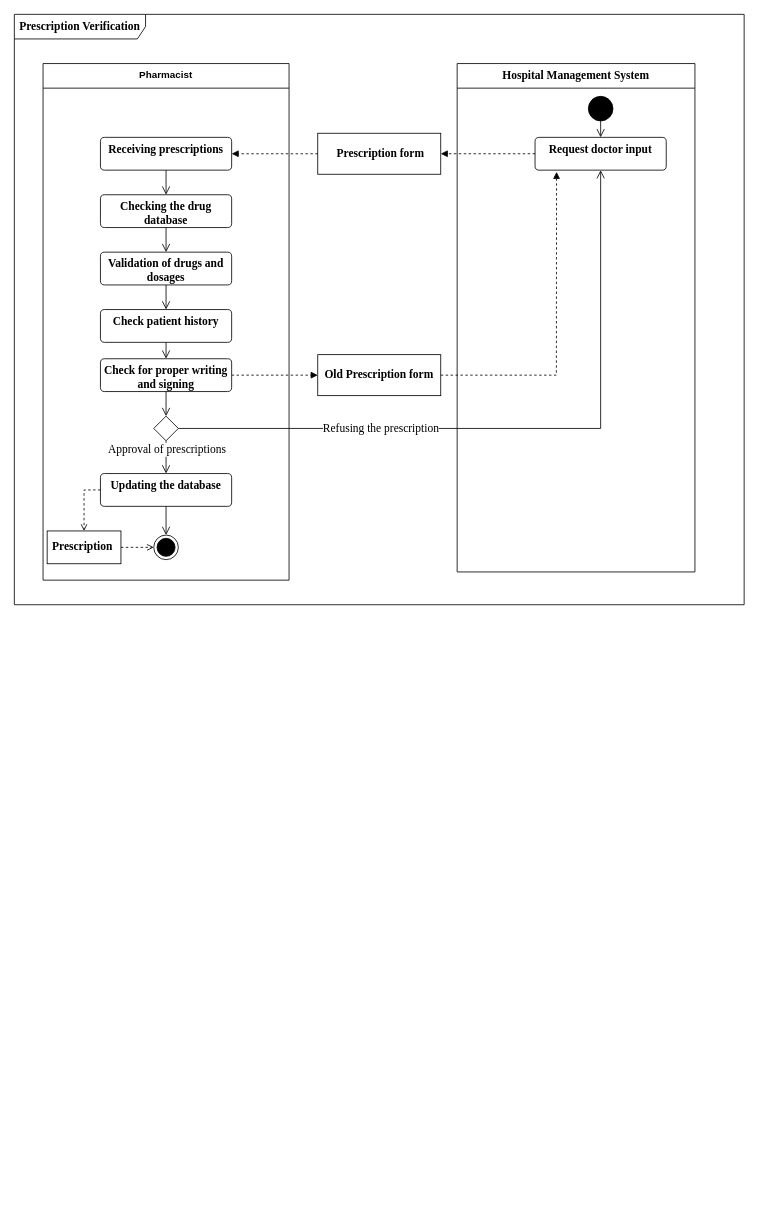
The draw.io diagram Activity Diagram.drawio in FOMOKN/Software-Engineering, before the edit. Source tidied: cells renumbered, new cells numbered last; positions are measured from the earlier drawing's top-left corner, leaving out a move shared by most shapes. Both pictures are drawn from the tidied source at 82%, with x=0, y=0 at pixel (14, 14).
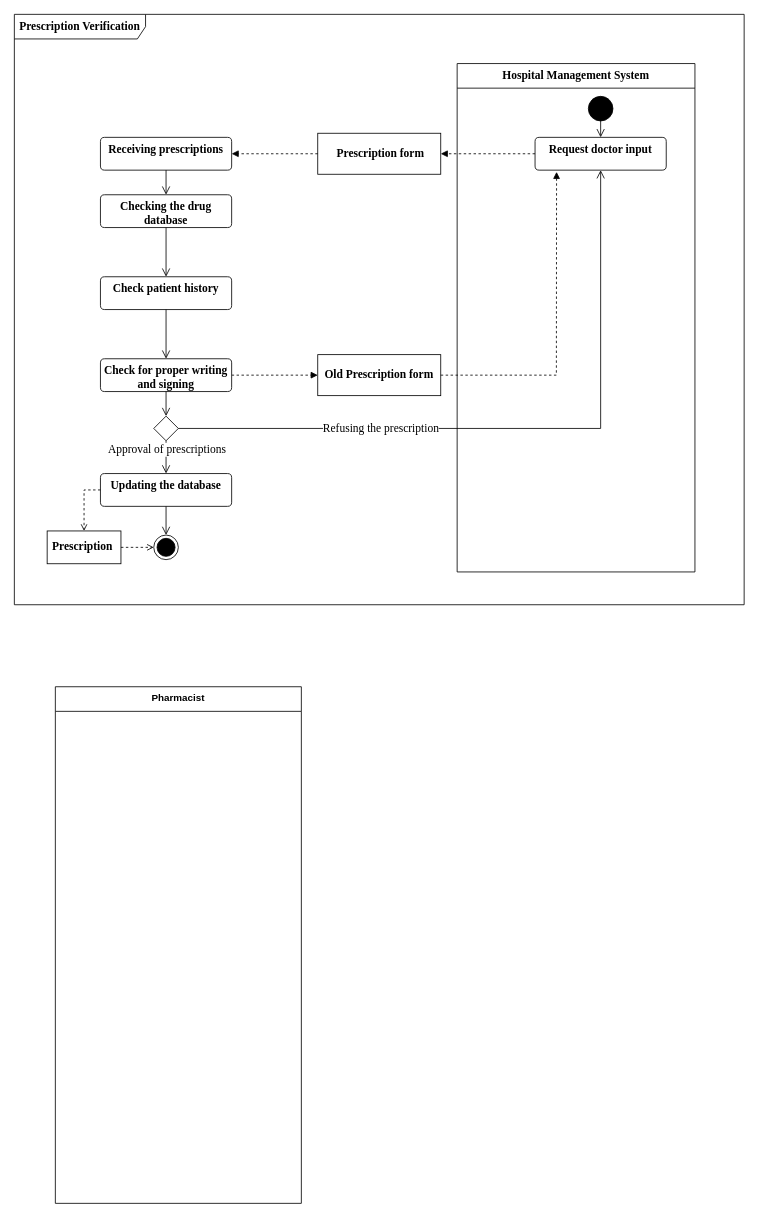
The same page after the edit.

Unchanged cells that the change refers to:
```xml
<mxCell id="2" value="&lt;font size=&quot;1&quot; face=&quot;Times New Roman&quot;&gt;&lt;b style=&quot;font-size: 14px;&quot;&gt;Prescription Verification&lt;/b&gt;&lt;/font&gt;" style="shape=umlFrame;whiteSpace=wrap;html=1;width=160;" parent="1" vertex="1">
  <mxGeometry width="890" height="720" as="geometry" />
</mxCell>
<mxCell id="4" value="Checking the drug database" style="html=1;align=center;verticalAlign=top;rounded=1;absoluteArcSize=1;arcSize=10;dashed=0;whiteSpace=wrap;fontFamily=Times New Roman;fontSize=14;fontStyle=1;" parent="2" vertex="1">
  <mxGeometry x="105" y="220" width="160" height="40" as="geometry" />
</mxCell>
<mxCell id="17" style="ellipse;html=1;shape=endState;fillColor=strokeColor;" parent="2" vertex="1">
  <mxGeometry x="170" y="635" width="30" height="30" as="geometry" />
</mxCell>
<mxCell id="25" value="&lt;font style=&quot;font-size: 14px;&quot; face=&quot;Times New Roman&quot;&gt;&lt;b&gt;Prescription&amp;nbsp;&lt;/b&gt;&lt;/font&gt;" style="html=1;align=center;verticalAlign=middle;rounded=0;absoluteArcSize=1;arcSize=10;dashed=0;whiteSpace=wrap;" parent="2" vertex="1">
  <mxGeometry x="40" y="630" width="90" height="40" as="geometry" />
</mxCell>
```

The edit, as a diff of the source:
```diff
@@
-    <mxCell id="5" value="Validation of drugs and dosages" style="html=1;align=center;verticalAlign=top;rounded=1;absoluteArcSize=1;arcSize=10;dashed=0;whiteSpace=wrap;fontSize=14;fontFamily=Times New Roman;fontStyle=1;" parent="2" vertex="1">
-      <mxGeometry x="105" y="290" width="160" height="40" as="geometry" />
-    </mxCell>
-    <mxCell id="6" style="endArrow=open;startArrow=none;endFill=0;startFill=0;endSize=8;html=1;verticalAlign=bottom;labelBackgroundColor=none;strokeWidth=1;rounded=0;exitX=0.5;exitY=1;exitDx=0;exitDy=0;entryX=0.5;entryY=0;entryDx=0;entryDy=0;" parent="2" edge="1" source="4" target="5">
-      <mxGeometry relative="1" as="geometry" />
-    </mxCell>
@@
     <mxCell id="10" value="Check patient history" style="html=1;align=center;verticalAlign=top;rounded=1;absoluteArcSize=1;arcSize=10;dashed=0;whiteSpace=wrap;fontFamily=Times New Roman;fontSize=14;fontStyle=1;" parent="2" vertex="1">
-      <mxGeometry x="105" y="360" width="160" height="40" as="geometry" />
+      <mxGeometry x="105" y="320" width="160" height="40" as="geometry" />
     </mxCell>
-    <mxCell id="11" style="endArrow=open;startArrow=none;endFill=0;startFill=0;endSize=8;html=1;verticalAlign=bottom;labelBackgroundColor=none;strokeWidth=1;rounded=0;exitX=0.5;exitY=1;exitDx=0;exitDy=0;entryX=0.5;entryY=0;entryDx=0;entryDy=0;" parent="2" edge="1" source="5" target="10">
+    <mxCell id="11" style="endArrow=open;startArrow=none;endFill=0;startFill=0;endSize=8;html=1;verticalAlign=bottom;labelBackgroundColor=none;strokeWidth=1;rounded=0;exitX=0.5;exitY=1;exitDx=0;exitDy=0;entryX=0.5;entryY=0;entryDx=0;entryDy=0;" parent="2" edge="1" source="4" target="10">
       <mxGeometry relative="1" as="geometry" />
     </mxCell>
@@
+    <mxCell id="34" style="html=1;verticalAlign=bottom;labelBackgroundColor=none;endArrow=open;endFill=0;dashed=1;rounded=0;exitX=1;exitY=0.5;exitDx=0;exitDy=0;entryX=0;entryY=0.5;entryDx=0;entryDy=0;" parent="2" edge="1" source="25" target="17">
+      <mxGeometry relative="1" as="geometry" />
+    </mxCell>
-    <mxCell id="33" value="Pharmacist" style="swimlane;fontStyle=1;align=center;verticalAlign=top;horizontal=1;startSize=30;html=1;whiteSpace=wrap;" parent="2" vertex="1">
-      <mxGeometry x="35" y="60" width="300" height="630" as="geometry" />
+    <mxCell id="33" value="Pharmacist" style="swimlane;fontStyle=1;align=center;verticalAlign=top;horizontal=1;startSize=30;html=1;whiteSpace=wrap;" parent="1" vertex="1">
+      <mxGeometry x="50" y="820" width="300" height="630" as="geometry" />
     </mxCell>
-    <mxCell id="34" style="html=1;verticalAlign=bottom;labelBackgroundColor=none;endArrow=open;endFill=0;dashed=1;rounded=0;exitX=1;exitY=0.5;exitDx=0;exitDy=0;entryX=0;entryY=0.5;entryDx=0;entryDy=0;" parent="2" edge="1" source="25" target="17">
-      <mxGeometry relative="1" as="geometry" />
-    </mxCell>
```
